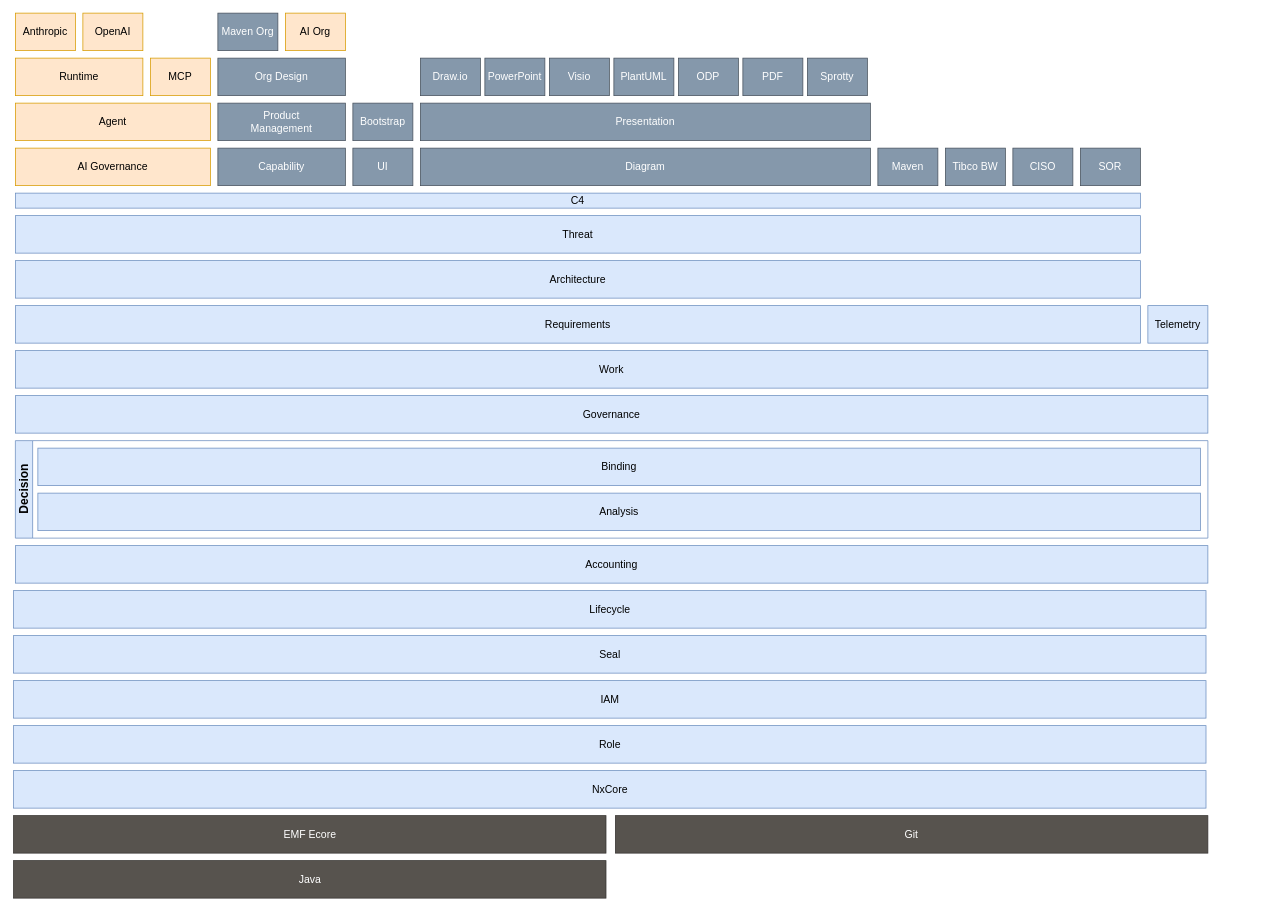
Nasdanika/nasdanika.com keeps this draw.io diagram as model-tower.drawio. Above is the earlier version. Source tidied: cells renumbered, new cells numbered last; positions are measured from the earlier drawing's top-left corner, leaving out a move shared by most shapes. Both pictures are drawn from the tidied source at 75%, with x=0, y=0 at pixel (14, 13).
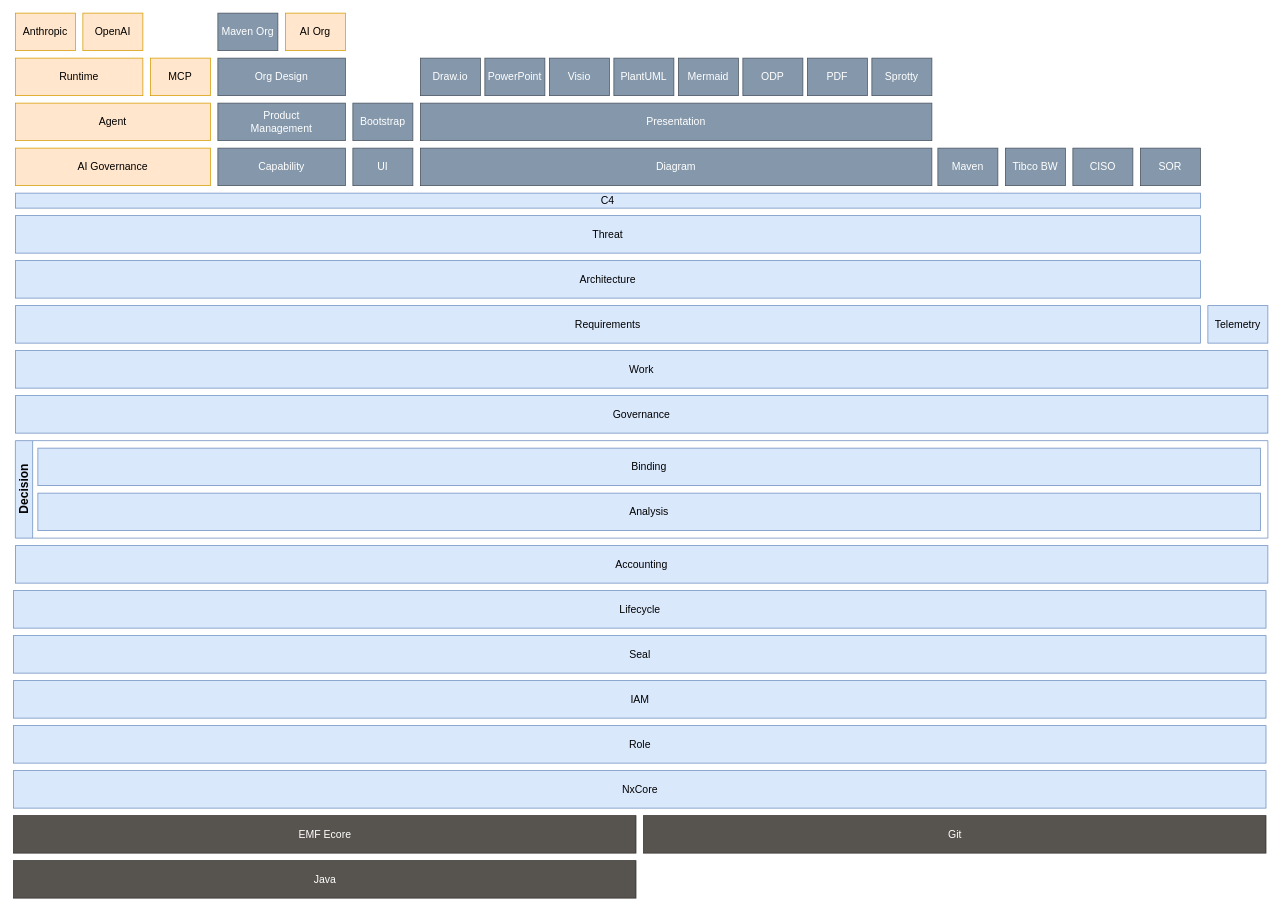
Above is the later version.

Diff of the diagram source:
```diff
@@
     <mxCell id="2" value="NxCore" style="rounded=0;whiteSpace=wrap;html=1;fillColor=#dae8fc;strokeColor=#6c8ebf;fontSize=14;" parent="1" vertex="1">
-      <mxGeometry x="-0.5" y="1010" width="1590" height="50" as="geometry" />
+      <mxGeometry x="-0.5" y="1010" width="1670" height="50" as="geometry" />
     </mxCell>
     <mxCell id="3" value="Role" style="rounded=0;whiteSpace=wrap;html=1;fillColor=#dae8fc;strokeColor=#6c8ebf;fontSize=14;" parent="1" vertex="1">
-      <mxGeometry x="-0.5" y="950" width="1590" height="50" as="geometry" />
+      <mxGeometry x="-0.5" y="950" width="1670" height="50" as="geometry" />
     </mxCell>
     <mxCell id="4" value="IAM" style="rounded=0;whiteSpace=wrap;html=1;fillColor=#dae8fc;strokeColor=#6c8ebf;fontSize=14;" parent="1" vertex="1">
-      <mxGeometry x="-0.5" y="890" width="1590" height="50" as="geometry" />
+      <mxGeometry x="-0.5" y="890" width="1670" height="50" as="geometry" />
     </mxCell>
     <mxCell id="5" value="Lifecycle" style="rounded=0;whiteSpace=wrap;html=1;fillColor=#dae8fc;strokeColor=#6c8ebf;fontSize=14;" parent="1" vertex="1">
-      <mxGeometry x="-0.5" y="770" width="1590" height="50" as="geometry" />
+      <mxGeometry x="-0.5" y="770" width="1670" height="50" as="geometry" />
     </mxCell>
     <mxCell id="6" value="Governance" style="rounded=0;whiteSpace=wrap;html=1;fillColor=#dae8fc;strokeColor=#6c8ebf;fontSize=14;" parent="1" vertex="1">
-      <mxGeometry x="2" y="510" width="1590" height="50" as="geometry" />
+      <mxGeometry x="2" y="510" width="1670" height="50" as="geometry" />
     </mxCell>
     <mxCell id="7" value="Work" style="rounded=0;whiteSpace=wrap;html=1;fillColor=#dae8fc;strokeColor=#6c8ebf;fontSize=14;" parent="1" vertex="1">
-      <mxGeometry x="2" y="450" width="1590" height="50" as="geometry" />
+      <mxGeometry x="2" y="450" width="1670" height="50" as="geometry" />
     </mxCell>
     <mxCell id="8" value="Architecture" style="rounded=0;whiteSpace=wrap;html=1;fillColor=#dae8fc;strokeColor=#6c8ebf;fontSize=14;" parent="1" vertex="1">
-      <mxGeometry x="2" y="330" width="1500" height="50" as="geometry" />
+      <mxGeometry x="2" y="330" width="1580" height="50" as="geometry" />
     </mxCell>
     <mxCell id="9" value="Threat" style="rounded=0;whiteSpace=wrap;html=1;fillColor=#dae8fc;strokeColor=#6c8ebf;fontSize=14;" parent="1" vertex="1">
-      <mxGeometry x="2" y="270" width="1500" height="50" as="geometry" />
+      <mxGeometry x="2" y="270" width="1580" height="50" as="geometry" />
     </mxCell>
@@
     <mxCell id="20" value="Diagram" style="rounded=0;whiteSpace=wrap;html=1;fillColor=#8598AB;strokeColor=#47515C;fontColor=#FFFFFF;fontSize=14;" parent="1" vertex="1">
-      <mxGeometry x="542" y="180" width="600" height="50" as="geometry" />
+      <mxGeometry x="542" y="180" width="682" height="50" as="geometry" />
     </mxCell>
     <mxCell id="21" value="Sprotty" style="rounded=0;whiteSpace=wrap;html=1;fillColor=#8598AB;strokeColor=#47515C;fontColor=#FFFFFF;fontSize=14;" parent="1" vertex="1">
-      <mxGeometry x="1058" y="60" width="80" height="50" as="geometry" />
+      <mxGeometry x="1144" y="60" width="80" height="50" as="geometry" />
     </mxCell>
     <mxCell id="22" value="Presentation" style="rounded=0;whiteSpace=wrap;html=1;fillColor=#8598AB;strokeColor=#47515C;fontColor=#FFFFFF;fontSize=14;" parent="1" vertex="1">
-      <mxGeometry x="542" y="120" width="600" height="50" as="geometry" />
+      <mxGeometry x="542" y="120" width="682" height="50" as="geometry" />
     </mxCell>
@@
     <mxCell id="26" value="ODP" style="rounded=0;whiteSpace=wrap;html=1;fillColor=#8598AB;strokeColor=#47515C;fontColor=#FFFFFF;fontSize=14;" parent="1" vertex="1">
-      <mxGeometry x="886" y="60" width="80" height="50" as="geometry" />
+      <mxGeometry x="972" y="60" width="80" height="50" as="geometry" />
     </mxCell>
@@
     <mxCell id="29" value="PDF" style="rounded=0;whiteSpace=wrap;html=1;fillColor=#8598AB;strokeColor=#47515C;fontColor=#FFFFFF;fontSize=14;" parent="1" vertex="1">
-      <mxGeometry x="972" y="60" width="80" height="50" as="geometry" />
+      <mxGeometry x="1058" y="60" width="80" height="50" as="geometry" />
     </mxCell>
     <mxCell id="30" value="Git" style="rounded=0;whiteSpace=wrap;html=1;fillColor=#57534E;fontColor=#ffffff;strokeColor=#363330;fontSize=14;" parent="1" vertex="1">
-      <mxGeometry x="802" y="1070" width="790" height="50" as="geometry" />
+      <mxGeometry x="839.5" y="1070" width="830" height="50" as="geometry" />
     </mxCell>
     <mxCell id="31" value="Seal" style="rounded=0;whiteSpace=wrap;html=1;fillColor=#dae8fc;strokeColor=#6c8ebf;fontSize=14;" parent="1" vertex="1">
-      <mxGeometry x="-0.5" y="830" width="1590" height="50" as="geometry" />
+      <mxGeometry x="-0.5" y="830" width="1670" height="50" as="geometry" />
     </mxCell>
     <mxCell id="32" value="Maven" style="rounded=0;whiteSpace=wrap;html=1;fillColor=#8598AB;strokeColor=#47515C;fontColor=#FFFFFF;fontSize=14;" parent="1" vertex="1">
-      <mxGeometry x="1152" y="180" width="80" height="50" as="geometry" />
+      <mxGeometry x="1232" y="180" width="80" height="50" as="geometry" />
     </mxCell>
@@
     <mxCell id="34" value="EMF Ecore" style="rounded=0;whiteSpace=wrap;html=1;fillColor=#57534E;fontColor=#ffffff;strokeColor=#363330;fontSize=14;" parent="1" vertex="1">
-      <mxGeometry x="-0.5" y="1070" width="790" height="50" as="geometry" />
+      <mxGeometry x="-0.5" y="1070" width="830" height="50" as="geometry" />
     </mxCell>
     <mxCell id="35" value="Java" style="rounded=0;whiteSpace=wrap;html=1;fillColor=#57534E;fontColor=#ffffff;strokeColor=#363330;fontSize=14;" parent="1" vertex="1">
-      <mxGeometry x="-0.5" y="1130" width="790" height="50" as="geometry" />
+      <mxGeometry x="-0.5" y="1130" width="830" height="50" as="geometry" />
     </mxCell>
@@
     <mxCell id="37" value="Tibco BW" style="rounded=0;whiteSpace=wrap;html=1;fillColor=#8598AB;strokeColor=#47515C;fontColor=#FFFFFF;fontSize=14;" parent="1" vertex="1">
-      <mxGeometry x="1242" y="180" width="80" height="50" as="geometry" />
+      <mxGeometry x="1322" y="180" width="80" height="50" as="geometry" />
     </mxCell>
     <mxCell id="38" value="SOR" style="rounded=0;whiteSpace=wrap;html=1;fillColor=#8598AB;strokeColor=#47515C;fontColor=#FFFFFF;fontSize=14;" parent="1" vertex="1">
-      <mxGeometry x="1422" y="180" width="80" height="50" as="geometry" />
+      <mxGeometry x="1502" y="180" width="80" height="50" as="geometry" />
     </mxCell>
     <mxCell id="39" value="CISO" style="rounded=0;whiteSpace=wrap;html=1;fillColor=#8598AB;strokeColor=#47515C;fontColor=#FFFFFF;fontSize=14;" parent="1" vertex="1">
-      <mxGeometry x="1332" y="180" width="80" height="50" as="geometry" />
+      <mxGeometry x="1412" y="180" width="80" height="50" as="geometry" />
     </mxCell>
     <mxCell id="40" value="Decision" style="swimlane;horizontal=0;whiteSpace=wrap;html=1;fillColor=#dae8fc;strokeColor=#6c8ebf;fontSize=16;" parent="1" vertex="1">
-      <mxGeometry x="2" y="570" width="1590" height="130" as="geometry" />
+      <mxGeometry x="2" y="570" width="1670" height="130" as="geometry" />
     </mxCell>
     <mxCell id="41" value="Analysis" style="rounded=0;whiteSpace=wrap;html=1;fillColor=#dae8fc;strokeColor=#6c8ebf;fontSize=14;" parent="40" vertex="1">
-      <mxGeometry x="30" y="70" width="1550" height="50" as="geometry" />
+      <mxGeometry x="30" y="70" width="1630" height="50" as="geometry" />
     </mxCell>
     <mxCell id="42" value="Binding" style="rounded=0;whiteSpace=wrap;html=1;fillColor=#dae8fc;strokeColor=#6c8ebf;fontSize=14;" parent="40" vertex="1">
-      <mxGeometry x="30" y="10" width="1550" height="50" as="geometry" />
+      <mxGeometry x="30" y="10" width="1630" height="50" as="geometry" />
     </mxCell>
     <mxCell id="43" value="Requirements" style="rounded=0;whiteSpace=wrap;html=1;fillColor=#dae8fc;strokeColor=#6c8ebf;fontSize=14;" parent="1" vertex="1">
-      <mxGeometry x="2" y="390" width="1500" height="50" as="geometry" />
+      <mxGeometry x="2" y="390" width="1580" height="50" as="geometry" />
     </mxCell>
     <mxCell id="44" value="Accounting" style="rounded=0;whiteSpace=wrap;html=1;fillColor=#dae8fc;strokeColor=#6c8ebf;fontSize=14;" parent="1" vertex="1">
-      <mxGeometry x="2" y="710" width="1590" height="50" as="geometry" />
+      <mxGeometry x="2" y="710" width="1670" height="50" as="geometry" />
     </mxCell>
     <mxCell id="45" value="C4" style="rounded=0;whiteSpace=wrap;html=1;fillColor=#dae8fc;strokeColor=#6c8ebf;fontSize=14;" parent="1" vertex="1">
-      <mxGeometry x="2" y="240" width="1500" height="20" as="geometry" />
+      <mxGeometry x="2" y="240" width="1580" height="20" as="geometry" />
     </mxCell>
     <mxCell id="46" value="Telemetry" style="rounded=0;whiteSpace=wrap;html=1;fillColor=#dae8fc;strokeColor=#6c8ebf;fontSize=14;" parent="1" vertex="1">
-      <mxGeometry x="1512" y="390" width="80" height="50" as="geometry" />
+      <mxGeometry x="1592" y="390" width="80" height="50" as="geometry" />
     </mxCell>
+    <mxCell id="47" value="Mermaid" style="rounded=0;whiteSpace=wrap;html=1;fillColor=#8598AB;strokeColor=#47515C;fontColor=#FFFFFF;fontSize=14;" parent="1" vertex="1">
+      <mxGeometry x="886" y="60" width="80" height="50" as="geometry" />
+    </mxCell>
```
